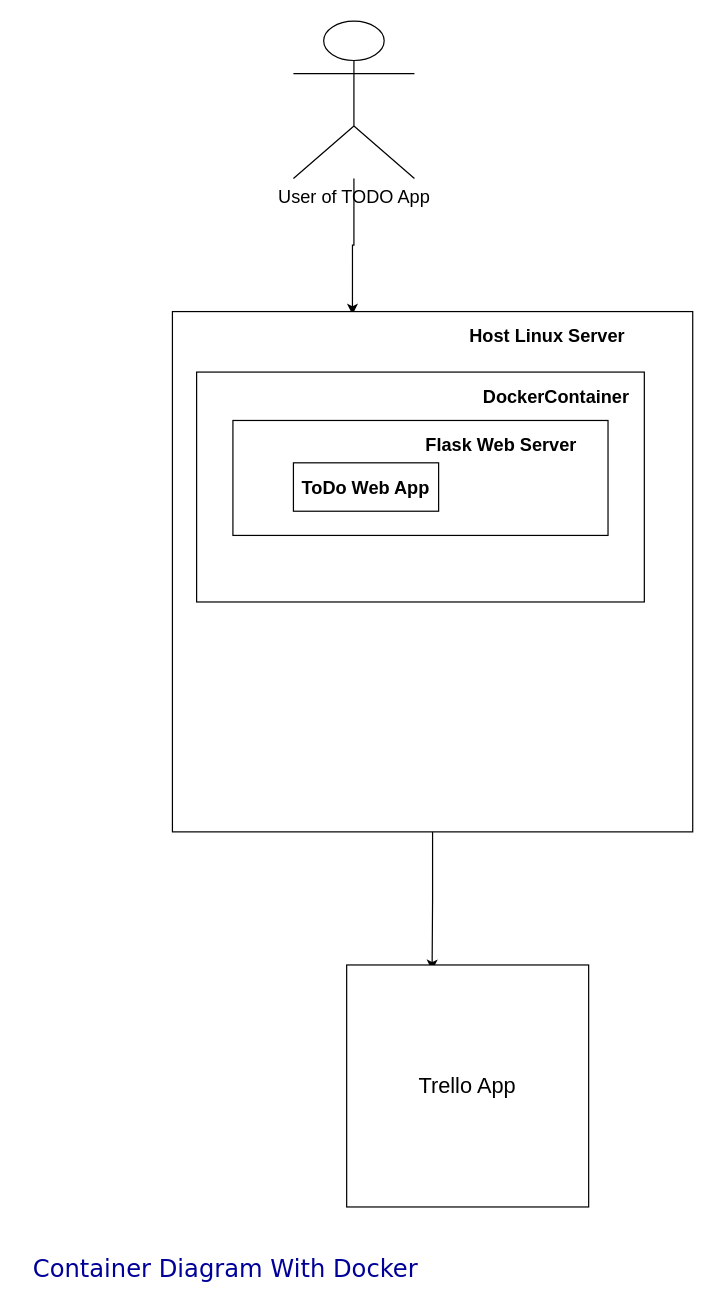
The draw.io diagram todo_app/diagrams/container_diagram_with_docker.drawio in avdhut1977/DevOps-Course-Starter, before the edit. Source tidied: cells renumbered, new cells numbered last; positions are measured from the earlier drawing's top-left corner, leaving out a move shared by most shapes. Both pictures are drawn from the tidied source at 121%, with x=0, y=0 at pixel (21, 21).
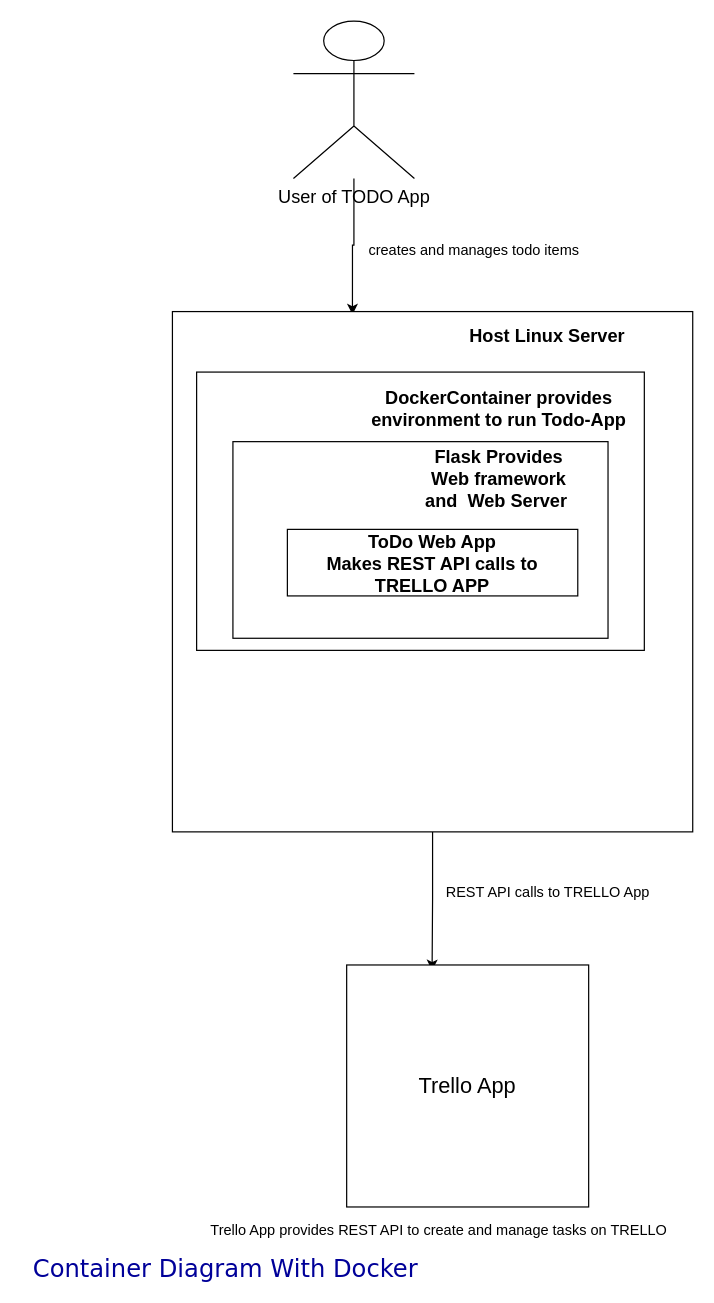
The same page after the edit.

The edit, as a diff of the source:
```diff
@@
 <mxGraphModel>
   <root>
     <mxCell id="0" />
     <mxCell id="1" parent="0" />
     <mxCell id="2" style="edgeStyle=orthogonalEdgeStyle;rounded=0;jettySize=auto;html=1;entryX=0.346;entryY=0.006;entryDx=0;entryDy=0;entryPerimeter=0;" parent="1" edge="1" source="3" target="5">
       <mxGeometry relative="1" as="geometry" />
     </mxCell>
     <mxCell id="3" value="&lt;font style=&quot;font-size: 15px&quot;&gt;User of TODO App&lt;/font&gt;" style="shape=umlActor;verticalLabelPosition=bottom;verticalAlign=top;html=1;outlineConnect=0;" parent="1" vertex="1">
       <mxGeometry x="225" width="100" height="130" as="geometry" />
     </mxCell>
     <mxCell id="4" style="edgeStyle=orthogonalEdgeStyle;rounded=0;jettySize=auto;html=1;entryX=0.353;entryY=0.023;entryDx=0;entryDy=0;entryPerimeter=0;" parent="1" edge="1" source="5" target="6">
       <mxGeometry relative="1" as="geometry" />
     </mxCell>
     <mxCell id="5" style="whiteSpace=wrap;html=1;" parent="1" vertex="1">
       <mxGeometry x="125" y="240" width="430" height="430" as="geometry" />
     </mxCell>
     <mxCell id="6" value="&lt;font style=&quot;font-size: 18px&quot;&gt;Trello App&lt;/font&gt;" style="whiteSpace=wrap;html=1;" parent="1" vertex="1">
       <mxGeometry x="269" y="780" width="200" height="200" as="geometry" />
     </mxCell>
     <mxCell id="7" style="rounded=0;whiteSpace=wrap;html=1;" parent="1" vertex="1">
-      <mxGeometry x="145" y="290" width="370" height="190" as="geometry" />
+      <mxGeometry x="145" y="290" width="370" height="230" as="geometry" />
     </mxCell>
     <mxCell id="8" value="&lt;blockquote style=&quot;margin: 0 0 0 40px ; border: none ; padding: 0px&quot;&gt;&lt;blockquote style=&quot;margin: 0 0 0 40px ; border: none ; padding: 0px&quot;&gt;&lt;h2 style=&quot;text-align: justify&quot;&gt;&lt;br&gt;&lt;/h2&gt;&lt;/blockquote&gt;&lt;/blockquote&gt;" style="rounded=0;whiteSpace=wrap;html=1;align=right;" parent="1" vertex="1">
-      <mxGeometry x="175" y="330" width="310" height="95" as="geometry" />
+      <mxGeometry x="175" y="347.5" width="310" height="162.5" as="geometry" />
     </mxCell>
-    <mxCell id="9" value="&lt;b&gt;&lt;font style=&quot;font-size: 15px&quot;&gt;ToDo Web App&lt;/font&gt;&lt;/b&gt;" style="rounded=0;whiteSpace=wrap;html=1;" parent="1" vertex="1">
-      <mxGeometry x="225" y="365" width="120" height="40" as="geometry" />
+    <mxCell id="9" value="&lt;b&gt;&lt;font style=&quot;font-size: 15px&quot;&gt;ToDo Web App&lt;br&gt;Makes REST API calls to TRELLO APP&lt;br&gt;&lt;/font&gt;&lt;/b&gt;" style="rounded=0;whiteSpace=wrap;html=1;" parent="1" vertex="1">
+      <mxGeometry x="220" y="420" width="240" height="55" as="geometry" />
     </mxCell>
-    <mxCell id="10" value="&lt;font style=&quot;font-size: 15px&quot;&gt;&lt;b&gt;DockerContainer&amp;nbsp;&lt;/b&gt;&lt;/font&gt;" style="text;html=1;strokeColor=none;fillColor=none;align=center;verticalAlign=middle;whiteSpace=wrap;rounded=0;strokeWidth=3;" parent="1" vertex="1">
-      <mxGeometry x="397" y="300" width="95" height="20" as="geometry" />
+    <mxCell id="10" value="&lt;font style=&quot;font-size: 15px&quot;&gt;&lt;b&gt;DockerContainer provides environment to run Todo-App&lt;/b&gt;&lt;/font&gt;" style="text;html=1;strokeColor=none;fillColor=none;align=center;verticalAlign=middle;whiteSpace=wrap;rounded=0;strokeWidth=3;" parent="1" vertex="1">
+      <mxGeometry x="285" y="300" width="220" height="40" as="geometry" />
     </mxCell>
-    <mxCell id="11" value="&lt;font style=&quot;font-size: 15px&quot;&gt;&lt;b&gt;Flask Web Server&amp;nbsp;&lt;/b&gt;&lt;/font&gt;" style="text;html=1;strokeColor=none;fillColor=none;align=center;verticalAlign=middle;whiteSpace=wrap;rounded=0;" parent="1" vertex="1">
-      <mxGeometry x="329" y="340" width="140" height="20" as="geometry" />
+    <mxCell id="11" value="&lt;font style=&quot;font-size: 15px&quot;&gt;&lt;b&gt;Flask Provides Web framework and&amp;nbsp; Web Server&amp;nbsp;&lt;/b&gt;&lt;/font&gt;" style="text;html=1;strokeColor=none;fillColor=none;align=center;verticalAlign=middle;whiteSpace=wrap;rounded=0;" parent="1" vertex="1">
+      <mxGeometry x="325" y="347.5" width="140" height="60" as="geometry" />
     </mxCell>
     <mxCell id="12" value="&lt;b&gt;&lt;font style=&quot;font-size: 15px&quot;&gt;Host Linux Server&lt;/font&gt;&lt;/b&gt;" style="text;html=1;strokeColor=none;fillColor=none;align=center;verticalAlign=middle;whiteSpace=wrap;rounded=0;" parent="1" vertex="1">
       <mxGeometry x="355" y="250" width="160" height="20" as="geometry" />
     </mxCell>
     <mxCell id="13" value="&lt;font style=&quot;font-size: 20px&quot; face=&quot;Verdana&quot; color=&quot;#000099&quot;&gt;Container Diagram With Docker&amp;nbsp;&amp;nbsp;&lt;/font&gt;" style="text;html=1;align=center;verticalAlign=middle;" parent="1" vertex="1">
       <mxGeometry y="1020" width="350" height="20" as="geometry" />
     </mxCell>
+    <mxCell id="14" value="Trello App provides REST API to create and manage tasks on TRELLO" style="text;html=1;align=center;verticalAlign=middle;strokeColor=none;" parent="1" vertex="1">
+      <mxGeometry x="150" y="990" width="390" height="20" as="geometry" />
+    </mxCell>
+    <mxCell id="15" value="REST API calls to TRELLO App" style="text;html=1;align=center;verticalAlign=middle;strokeColor=none;" parent="1" vertex="1">
+      <mxGeometry x="345" y="710" width="180" height="20" as="geometry" />
+    </mxCell>
+    <mxCell id="16" value="creates and manages todo items" style="text;html=1;align=center;verticalAlign=middle;strokeColor=none;" parent="1" vertex="1">
+      <mxGeometry x="279" y="180" width="190" height="20" as="geometry" />
+    </mxCell>
   </root>
 </mxGraphModel>
```
